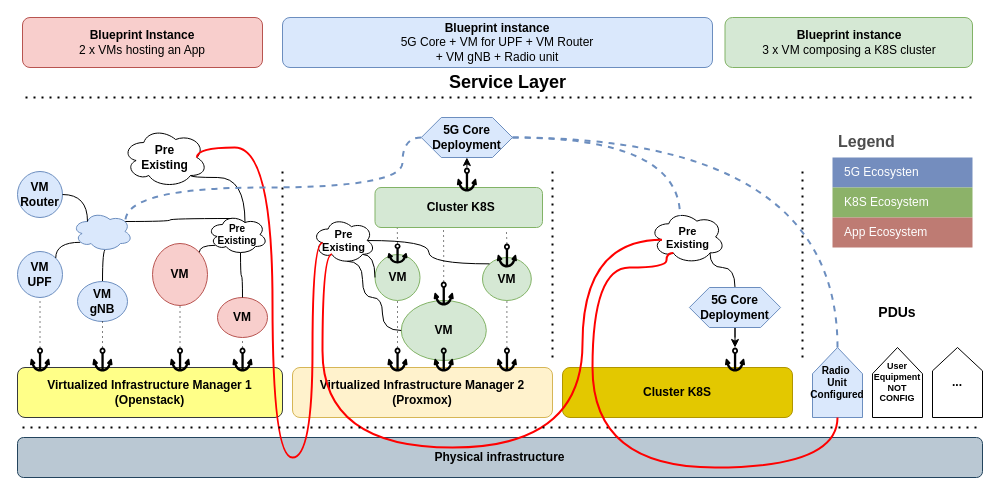
s2n-cnit/nfvcl-ng keeps this draw.io diagram as page "Network-Ecosystem" (11 of 15) of docs/diagrams/NVFCL-diagrams.drawio. Above is the earlier version. Source tidied: cells renumbered, new cells numbered last; positions are measured from the earlier drawing's top-left corner, leaving out a move shared by most shapes. Both pictures are drawn from the tidied source at 100%, with x=0, y=0 at pixel (17, 17).
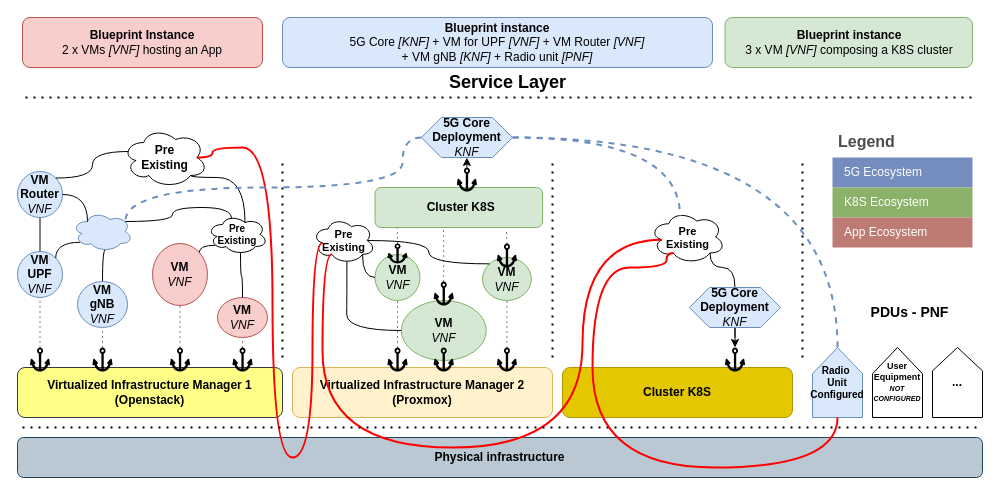
After the change.

The change refers to these unchanged cells:
```xml
<mxCell id="9" style="ellipse;shape=cloud;whiteSpace=wrap;html=1;fillColor=#dae8fc;strokeColor=#6c8ebf;fontStyle=1;" parent="1" vertex="1">
  <mxGeometry x="55" y="194" width="60" height="40" as="geometry" />
</mxCell>
<mxCell id="19" value="Pre&lt;div style=&quot;font-size: 10px;&quot;&gt;Existing&lt;/div&gt;" style="ellipse;shape=cloud;whiteSpace=wrap;html=1;fontSize=10;fontStyle=1;" parent="1" vertex="1">
  <mxGeometry x="190" y="197" width="60" height="40" as="geometry" />
</mxCell>
<mxCell id="27" value="Pre&lt;div&gt;Existing&lt;/div&gt;" style="ellipse;shape=cloud;whiteSpace=wrap;html=1;fontStyle=1;" parent="1" vertex="1">
  <mxGeometry x="105" y="110" width="85" height="60" as="geometry" />
</mxCell>
<mxCell id="49" value="&lt;font style=&quot;font-size: 11px;&quot;&gt;Pre&lt;/font&gt;&lt;div style=&quot;font-size: 11px;&quot;&gt;&lt;font style=&quot;font-size: 11px;&quot;&gt;Existing&lt;/font&gt;&lt;/div&gt;" style="ellipse;shape=cloud;whiteSpace=wrap;html=1;fontStyle=1;" parent="1" vertex="1">
  <mxGeometry x="295" y="200" width="62.5" height="46" as="geometry" />
</mxCell>
<mxCell id="72" style="shape=tableRow;horizontal=0;startSize=0;swimlaneHead=0;swimlaneBody=0;strokeColor=inherit;top=0;left=0;bottom=0;right=0;fillColor=none;fontSize=12;" parent="71" vertex="1">
  <mxGeometry y="30" width="140" height="30" as="geometry" />
</mxCell>
```

The edit, as a diff of the source:
```diff
@@
+    <mxCell id="82" style="edgeStyle=orthogonalEdgeStyle;rounded=0;jettySize=auto;html=1;exitX=0.5;exitY=0;exitDx=0;exitDy=0;entryX=0.5;entryY=1;entryDx=0;entryDy=0;endArrow=none;endFill=0;" parent="1" edge="1" source="5" target="79">
+      <mxGeometry relative="1" as="geometry" />
+    </mxCell>
-    <mxCell id="5" value="VM&lt;div&gt;UPF&lt;/div&gt;" style="ellipse;whiteSpace=wrap;html=1;fillColor=#dae8fc;strokeColor=#6c8ebf;fontStyle=1;" parent="1" vertex="1">
+    <mxCell id="5" value="VM&lt;div&gt;UPF&lt;/div&gt;&lt;div&gt;&lt;i style=&quot;font-weight: normal;&quot;&gt;VNF&lt;/i&gt;&lt;br&gt;&lt;/div&gt;" style="ellipse;whiteSpace=wrap;html=1;fillColor=#dae8fc;strokeColor=#6c8ebf;fontStyle=1;" parent="1" vertex="1">
       <mxGeometry y="234" width="45" height="46" as="geometry" />
     </mxCell>
@@
-    <mxCell id="10" value="VM&lt;div&gt;gNB&lt;/div&gt;" style="ellipse;whiteSpace=wrap;html=1;fillColor=#dae8fc;strokeColor=#6c8ebf;fontStyle=1;" parent="1" vertex="1">
-      <mxGeometry x="60" y="264" width="50" height="40" as="geometry" />
+    <mxCell id="10" value="VM&lt;div&gt;gNB&lt;/div&gt;&lt;div&gt;&lt;i style=&quot;font-weight: normal;&quot;&gt;VNF&lt;/i&gt;&lt;br&gt;&lt;/div&gt;" style="ellipse;whiteSpace=wrap;html=1;fillColor=#dae8fc;strokeColor=#6c8ebf;fontStyle=1;" parent="1" vertex="1">
+      <mxGeometry x="60" y="264" width="50" height="46" as="geometry" />
     </mxCell>
@@
-    <mxCell id="12" value="VM" style="ellipse;whiteSpace=wrap;html=1;fillColor=#d5e8d4;strokeColor=#82b366;fontStyle=1;" parent="1" vertex="1">
+    <mxCell id="12" value="VM&lt;div&gt;&lt;i style=&quot;font-weight: normal;&quot;&gt;VNF&lt;/i&gt;&lt;br&gt;&lt;/div&gt;" style="ellipse;whiteSpace=wrap;html=1;fillColor=#d5e8d4;strokeColor=#82b366;fontStyle=1;" parent="1" vertex="1">
       <mxGeometry x="383.8" y="283" width="85" height="60" as="geometry" />
     </mxCell>
-    <mxCell id="13" value="VM" style="ellipse;whiteSpace=wrap;html=1;fillColor=#d5e8d4;strokeColor=#82b366;fontStyle=1;" parent="1" vertex="1">
+    <mxCell id="13" value="VM&lt;div&gt;&lt;i style=&quot;font-weight: normal;&quot;&gt;VNF&lt;/i&gt;&lt;br&gt;&lt;/div&gt;" style="ellipse;whiteSpace=wrap;html=1;fillColor=#d5e8d4;strokeColor=#82b366;fontStyle=1;" parent="1" vertex="1">
       <mxGeometry x="357.5" y="237" width="45" height="46" as="geometry" />
     </mxCell>
-    <mxCell id="14" value="VM" style="ellipse;whiteSpace=wrap;html=1;fillColor=#d5e8d4;strokeColor=#82b366;fontStyle=1;" parent="1" vertex="1">
+    <mxCell id="14" value="VM&lt;div&gt;&lt;i style=&quot;font-weight: normal;&quot;&gt;VNF&lt;/i&gt;&lt;br&gt;&lt;/div&gt;" style="ellipse;whiteSpace=wrap;html=1;fillColor=#d5e8d4;strokeColor=#82b366;fontStyle=1;" parent="1" vertex="1">
       <mxGeometry x="465" y="240" width="48.8" height="43" as="geometry" />
     </mxCell>
-    <mxCell id="15" value="VM" style="ellipse;whiteSpace=wrap;html=1;fillColor=#f8cecc;strokeColor=#b85450;fontStyle=1;" parent="1" vertex="1">
+    <mxCell id="15" value="VM&lt;div&gt;&lt;i style=&quot;font-weight: normal;&quot;&gt;VNF&lt;/i&gt;&lt;br&gt;&lt;/div&gt;" style="ellipse;whiteSpace=wrap;html=1;fillColor=#f8cecc;strokeColor=#b85450;fontStyle=1;" parent="1" vertex="1">
       <mxGeometry x="200" y="280" width="50" height="40" as="geometry" />
     </mxCell>
-    <mxCell id="16" value="VM" style="ellipse;whiteSpace=wrap;html=1;fillColor=#f8cecc;strokeColor=#b85450;fontStyle=1;" parent="1" vertex="1">
+    <mxCell id="16" value="VM&lt;div&gt;&lt;i style=&quot;font-weight: normal;&quot;&gt;VNF&lt;/i&gt;&lt;/div&gt;" style="ellipse;whiteSpace=wrap;html=1;fillColor=#f8cecc;strokeColor=#b85450;fontStyle=1;" parent="1" vertex="1">
       <mxGeometry x="135" y="226" width="55" height="62" as="geometry" />
     </mxCell>
@@
     <mxCell id="20" style="endArrow=none;dashed=1;html=1;dashPattern=1 3;strokeWidth=2;rounded=0;" parent="1" edge="1">
       <mxGeometry relative="1" as="geometry">
         <mxPoint x="265" y="340" as="sourcePoint" />
-        <mxPoint x="265" y="150" as="targetPoint" />
+        <mxPoint x="265" y="140" as="targetPoint" />
       </mxGeometry>
     </mxCell>
     <mxCell id="21" style="endArrow=none;dashed=1;html=1;dashPattern=1 3;strokeWidth=2;rounded=0;" parent="1" edge="1">
       <mxGeometry relative="1" as="geometry">
         <mxPoint x="535" y="340" as="sourcePoint" />
-        <mxPoint x="535" y="150" as="targetPoint" />
+        <mxPoint x="535" y="140" as="targetPoint" />
       </mxGeometry>
     </mxCell>
     <mxCell id="22" style="endArrow=none;dashed=1;html=1;dashPattern=1 3;strokeWidth=2;rounded=0;" parent="1" edge="1">
       <mxGeometry relative="1" as="geometry">
         <mxPoint x="785" y="340" as="sourcePoint" />
-        <mxPoint x="785" y="150" as="targetPoint" />
+        <mxPoint x="785" y="140" as="targetPoint" />
       </mxGeometry>
     </mxCell>
@@
     <mxCell id="26" style="edgeStyle=orthogonalEdgeStyle;rounded=0;jettySize=auto;html=1;exitX=0.88;exitY=0.25;exitDx=0;exitDy=0;exitPerimeter=0;entryX=0.4;entryY=0.1;entryDx=0;entryDy=0;entryPerimeter=0;curved=1;endArrow=none;endFill=0;" parent="1" edge="1" source="9" target="19">
-      <mxGeometry relative="1" as="geometry" />
+      <mxGeometry relative="1" as="geometry">
+        <Array as="points">
+          <mxPoint x="155" y="204" />
+          <mxPoint x="155" y="190" />
+          <mxPoint x="214" y="190" />
+        </Array>
+      </mxGeometry>
     </mxCell>
@@
-    <mxCell id="29" value="&lt;div&gt;5G Core&lt;/div&gt;&lt;div&gt;Deployment&lt;/div&gt;" style="shape=hexagon;perimeter=hexagonPerimeter2;whiteSpace=wrap;html=1;fixedSize=1;fillColor=#dae8fc;strokeColor=#6c8ebf;fontStyle=1;" parent="1" vertex="1">
+    <mxCell id="29" value="&lt;div&gt;5G Core&lt;/div&gt;&lt;div&gt;Deployment&lt;/div&gt;&lt;div&gt;&lt;i style=&quot;font-weight: normal;&quot;&gt;KNF&lt;/i&gt;&lt;br&gt;&lt;/div&gt;" style="shape=hexagon;perimeter=hexagonPerimeter2;whiteSpace=wrap;html=1;fixedSize=1;fillColor=#dae8fc;strokeColor=#6c8ebf;fontStyle=1;" parent="1" vertex="1">
       <mxGeometry x="403.8" y="100" width="91.2" height="40" as="geometry" />
     </mxCell>
@@
     <mxCell id="47" style="edgeStyle=orthogonalEdgeStyle;rounded=0;jettySize=auto;html=1;exitX=0.8;exitY=0.8;exitDx=0;exitDy=0;exitPerimeter=0;entryX=0;entryY=0.5;entryDx=0;entryDy=0;curved=1;endArrow=none;endFill=0;" parent="1" edge="1" source="49" target="13">
-      <mxGeometry relative="1" as="geometry" />
+      <mxGeometry relative="1" as="geometry">
+        <Array as="points">
+          <mxPoint x="345" y="260" />
+        </Array>
+      </mxGeometry>
     </mxCell>
     <mxCell id="48" style="edgeStyle=orthogonalEdgeStyle;rounded=0;jettySize=auto;html=1;exitX=0.55;exitY=0.95;exitDx=0;exitDy=0;exitPerimeter=0;entryX=0;entryY=0.5;entryDx=0;entryDy=0;curved=1;endArrow=none;endFill=0;" parent="1" edge="1" source="49" target="12">
       <mxGeometry relative="1" as="geometry">
         <Array as="points">
-          <mxPoint x="345" y="244" />
-          <mxPoint x="345" y="280" />
-          <mxPoint x="365" y="280" />
-          <mxPoint x="365" y="313" />
+          <mxPoint x="329" y="280" />
+          <mxPoint x="329" y="313" />
         </Array>
       </mxGeometry>
     </mxCell>
@@
     <mxCell id="50" style="edgeStyle=orthogonalEdgeStyle;rounded=0;jettySize=auto;html=1;exitX=0.875;exitY=0.5;exitDx=0;exitDy=0;exitPerimeter=0;entryX=0.16;entryY=0.55;entryDx=0;entryDy=0;entryPerimeter=0;curved=1;endArrow=none;endFill=0;strokeColor=#FF0000;strokeWidth=2;" parent="1" edge="1" source="27" target="49">
       <mxGeometry relative="1" as="geometry">
         <Array as="points">
-          <mxPoint x="179" y="130" />
+          <mxPoint x="195" y="140" />
+          <mxPoint x="195" y="130" />
           <mxPoint x="255" y="130" />
           <mxPoint x="255" y="440" />
           <mxPoint x="295" y="440" />
           <mxPoint x="295" y="225" />
         </Array>
       </mxGeometry>
     </mxCell>
@@
-    <mxCell id="56" value="&lt;div&gt;&lt;b&gt;Blueprint instance&lt;/b&gt;&lt;/div&gt;5G Core + VM for UPF + VM Router&lt;div&gt;+ VM gNB + Radio unit&lt;/div&gt;" style="rounded=1;whiteSpace=wrap;html=1;fillColor=#dae8fc;strokeColor=#6c8ebf;" parent="1" vertex="1">
+    <mxCell id="56" value="&lt;div&gt;&lt;b&gt;Blueprint instance&lt;/b&gt;&lt;/div&gt;5G Core &lt;i&gt;[KNF]&lt;/i&gt;&amp;nbsp;+ VM for UPF &lt;i&gt;[VNF]&lt;/i&gt;&amp;nbsp;+ VM Router &lt;i&gt;[VNF]&lt;/i&gt;&lt;div&gt;+ VM gNB&amp;nbsp;&lt;i&gt;&lt;span style=&quot;background-color: initial;&quot;&gt;[&lt;/span&gt;&lt;span style=&quot;background-color: initial;&quot;&gt;KNF&lt;/span&gt;&lt;span style=&quot;background-color: initial;&quot;&gt;]&lt;/span&gt;&lt;/i&gt;&lt;span style=&quot;background-color: initial;&quot;&gt;&amp;nbsp;+ Radio unit&amp;nbsp;&lt;/span&gt;&lt;i&gt;&lt;span style=&quot;background-color: initial;&quot;&gt;[P&lt;/span&gt;&lt;span style=&quot;background-color: initial;&quot;&gt;NF&lt;/span&gt;&lt;span style=&quot;background-color: initial;&quot;&gt;]&lt;/span&gt;&lt;/i&gt;&lt;/div&gt;" style="rounded=1;whiteSpace=wrap;html=1;fillColor=#dae8fc;strokeColor=#6c8ebf;" parent="1" vertex="1">
       <mxGeometry x="265" width="430" height="50" as="geometry" />
     </mxCell>
@@
-    <mxCell id="61" value="User&lt;div style=&quot;font-size: 9px;&quot;&gt;Equipment&lt;/div&gt;&lt;div style=&quot;font-size: 9px;&quot;&gt;NOT CONFIG&lt;/div&gt;" style="shape=offPageConnector;whiteSpace=wrap;html=1;direction=west;fontSize=9;fontStyle=1;" parent="1" vertex="1">
+    <mxCell id="61" value="User&lt;div style=&quot;font-size: 9px;&quot;&gt;Equipment&lt;/div&gt;&lt;div style=&quot;&quot;&gt;&lt;i style=&quot;&quot;&gt;&lt;font style=&quot;font-size: 7px;&quot;&gt;NOT CONFIGURED&lt;/font&gt;&lt;/i&gt;&lt;/div&gt;" style="shape=offPageConnector;whiteSpace=wrap;html=1;direction=west;fontSize=9;fontStyle=1;" parent="1" vertex="1">
       <mxGeometry x="855" y="330" width="50" height="70" as="geometry" />
     </mxCell>
@@
-    <mxCell id="64" value="&lt;b&gt;Blueprint Instance&lt;/b&gt;&lt;div&gt;2 x VMs hosting an App&lt;/div&gt;" style="rounded=1;whiteSpace=wrap;html=1;fillColor=#f8cecc;strokeColor=#b85450;" parent="1" vertex="1">
+    <mxCell id="64" value="&lt;b&gt;Blueprint Instance&lt;/b&gt;&lt;div&gt;2 x VMs&amp;nbsp;&lt;i style=&quot;background-color: initial;&quot;&gt;[VNF]&lt;/i&gt;&lt;span style=&quot;background-color: initial;&quot;&gt;&amp;nbsp;hosting an App&lt;/span&gt;&lt;/div&gt;" style="rounded=1;whiteSpace=wrap;html=1;fillColor=#f8cecc;strokeColor=#b85450;" parent="1" vertex="1">
       <mxGeometry x="5" width="240" height="50" as="geometry" />
     </mxCell>
-    <mxCell id="65" value="&lt;div&gt;&lt;b&gt;Blueprint instance&lt;/b&gt;&lt;/div&gt;&lt;div&gt;3 x VM composing a K8S cluster&lt;/div&gt;" style="rounded=1;whiteSpace=wrap;html=1;fillColor=#d5e8d4;strokeColor=#82b366;" parent="1" vertex="1">
+    <mxCell id="65" value="&lt;div&gt;&lt;b&gt;Blueprint instance&lt;/b&gt;&lt;/div&gt;&lt;div&gt;3 x VM &lt;i&gt;[VNF]&lt;/i&gt; composing a K8S cluster&lt;/div&gt;" style="rounded=1;whiteSpace=wrap;html=1;fillColor=#d5e8d4;strokeColor=#82b366;" parent="1" vertex="1">
       <mxGeometry x="707.5" width="247.5" height="50" as="geometry" />
     </mxCell>
@@
-    <mxCell id="73" value="5G Ecosysten" style="shape=partialRectangle;html=1;whiteSpace=wrap;strokeColor=inherit;overflow=hidden;fillColor=#748dbe;top=0;left=0;bottom=0;right=0;fontSize=12;align=left;fontColor=#FFFFFF;gradientColor=none;spacingLeft=10;spacingRight=4;strokeWidth=1;" parent="72" vertex="1">
+    <mxCell id="73" value="5G Ecosystem" style="shape=partialRectangle;html=1;whiteSpace=wrap;strokeColor=inherit;overflow=hidden;fillColor=#748dbe;top=0;left=0;bottom=0;right=0;fontSize=12;align=left;fontColor=#FFFFFF;gradientColor=none;spacingLeft=10;spacingRight=4;strokeWidth=1;" parent="72" vertex="1">
       <mxGeometry width="140" height="30" as="geometry" />
     </mxCell>
@@
-    <mxCell id="78" value="&lt;div&gt;5G Core&lt;/div&gt;&lt;div&gt;Deployment&lt;/div&gt;" style="shape=hexagon;perimeter=hexagonPerimeter2;whiteSpace=wrap;html=1;fixedSize=1;fillColor=#dae8fc;strokeColor=#6c8ebf;fontStyle=1;" parent="1" vertex="1">
+    <mxCell id="78" value="&lt;div&gt;5G Core&lt;/div&gt;&lt;div&gt;Deployment&lt;/div&gt;&lt;div&gt;&lt;i style=&quot;font-weight: normal;&quot;&gt;KNF&lt;/i&gt;&lt;/div&gt;" style="shape=hexagon;perimeter=hexagonPerimeter2;whiteSpace=wrap;html=1;fixedSize=1;fillColor=#dae8fc;strokeColor=#6c8ebf;fontStyle=1;" parent="1" vertex="1">
       <mxGeometry x="671.9" y="270" width="91.2" height="40" as="geometry" />
     </mxCell>
-    <mxCell id="79" value="VM&lt;div&gt;Router&lt;/div&gt;" style="ellipse;whiteSpace=wrap;html=1;fillColor=#dae8fc;strokeColor=#6c8ebf;fontStyle=1;" parent="1" vertex="1">
+    <mxCell id="79" value="VM&lt;div&gt;Router&lt;/div&gt;&lt;div&gt;&lt;i style=&quot;font-weight: normal;&quot;&gt;VNF&lt;/i&gt;&lt;br&gt;&lt;/div&gt;" style="ellipse;whiteSpace=wrap;html=1;fillColor=#dae8fc;strokeColor=#6c8ebf;fontStyle=1;" parent="1" vertex="1">
       <mxGeometry y="154" width="45" height="46" as="geometry" />
     </mxCell>
@@
-    <mxCell id="81" value="&lt;b&gt;&lt;font style=&quot;font-size: 14px;&quot;&gt;PDUs&lt;/font&gt;&lt;/b&gt;" style="text;html=1;align=center;verticalAlign=middle;whiteSpace=wrap;rounded=0;" parent="1" vertex="1">
-      <mxGeometry x="850" y="280" width="60" height="30" as="geometry" />
+    <mxCell id="81" value="&lt;b&gt;&lt;font style=&quot;font-size: 14px;&quot;&gt;PDUs - PNF&lt;/font&gt;&lt;/b&gt;" style="text;html=1;align=center;verticalAlign=middle;whiteSpace=wrap;rounded=0;" parent="1" vertex="1">
+      <mxGeometry x="850" y="280" width="85" height="30" as="geometry" />
     </mxCell>
+    <mxCell id="83" style="edgeStyle=orthogonalEdgeStyle;rounded=0;jettySize=auto;html=1;exitX=1;exitY=0;exitDx=0;exitDy=0;entryX=0.07;entryY=0.4;entryDx=0;entryDy=0;entryPerimeter=0;endArrow=none;endFill=0;curved=1;" parent="1" edge="1" source="79" target="27">
+      <mxGeometry relative="1" as="geometry" />
+    </mxCell>
```
